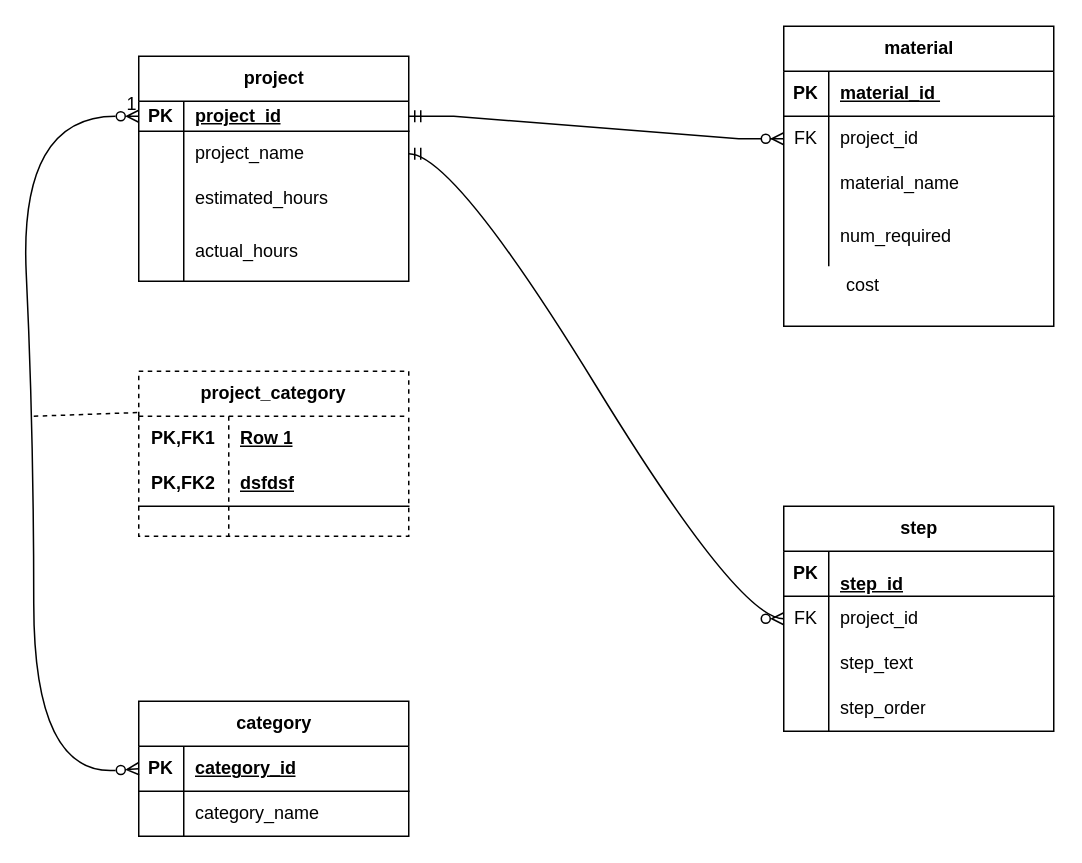
This is mysql-java-homework/Untitled Diagram.drawio from TrevinBarnes/MySQLAssignment, a draw.io file, before an edit. Source tidied: cells renumbered, new cells numbered last; positions are measured from the earlier drawing's top-left corner, leaving out a move shared by most shapes. Both pictures are drawn from the tidied source at 150%, with x=0, y=0 at pixel (18, 26).
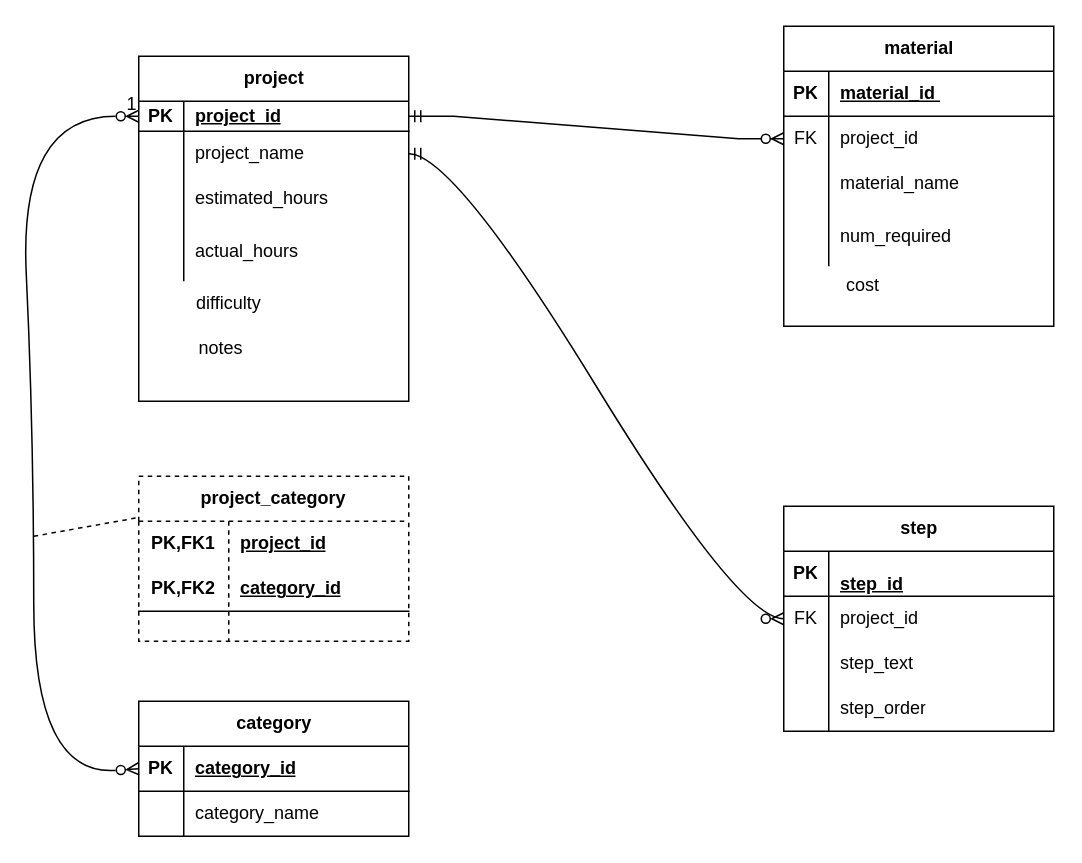
The same diagram, later.

Unchanged cells that the change refers to:
```xml
<mxCell id="51" style="shape=tableRow;horizontal=0;startSize=0;swimlaneHead=0;swimlaneBody=0;fillColor=none;top=0;left=0;right=0;bottom=0;html=1;" parent="50" vertex="1">
  <mxGeometry y="30" width="180" height="30" as="geometry" />
</mxCell>
<mxCell id="54" style="shape=tableRow;horizontal=0;startSize=0;swimlaneHead=0;swimlaneBody=0;fillColor=none;top=0;left=0;right=0;bottom=1;html=1;" parent="50" vertex="1">
  <mxGeometry y="60" width="180" height="30" as="geometry" />
</mxCell>
```

Diff of the diagram source:
```diff
@@
     <mxCell id="2" value="project" style="shape=table;startSize=30;childLayout=tableLayout;rowLines=0;fontStyle=1;align=center;html=1;" parent="1" vertex="1">
-      <mxGeometry x="80" y="20" width="180" height="150" as="geometry" />
+      <mxGeometry x="80" y="20" width="180" height="230" as="geometry" />
     </mxCell>
@@
     <mxCell id="50" value="project_category" style="shape=table;startSize=30;childLayout=tableLayout;rowLines=0;fontStyle=1;align=center;html=1;whiteSpace=wrap;dashed=1;" parent="1" vertex="1">
-      <mxGeometry x="80" y="230" width="180" height="110" as="geometry" />
+      <mxGeometry x="80" y="300" width="180" height="110" as="geometry" />
     </mxCell>
@@
-    <mxCell id="53" value="Row 1" style="shape=partialRectangle;fillColor=none;top=0;left=0;bottom=0;right=0;align=left;spacingLeft=6;fontStyle=5;overflow=hidden;html=1;whiteSpace=wrap;" parent="51" vertex="1">
+    <mxCell id="53" value="project_id" style="shape=partialRectangle;fillColor=none;top=0;left=0;bottom=0;right=0;align=left;spacingLeft=6;fontStyle=5;overflow=hidden;html=1;whiteSpace=wrap;" parent="51" vertex="1">
       <mxGeometry x="60" width="120" height="30" as="geometry" />
     </mxCell>
@@
-    <mxCell id="56" value="dsfdsf" style="shape=partialRectangle;fillColor=none;top=0;left=0;bottom=0;right=0;align=left;spacingLeft=6;fontStyle=5;overflow=hidden;html=1;whiteSpace=wrap;" parent="54" vertex="1">
+    <mxCell id="56" value="category_id" style="shape=partialRectangle;fillColor=none;top=0;left=0;bottom=0;right=0;align=left;spacingLeft=6;fontStyle=5;overflow=hidden;html=1;whiteSpace=wrap;" parent="54" vertex="1">
       <mxGeometry x="60" width="120" height="30" as="geometry" />
     </mxCell>
@@
     <mxCell id="62" style="html=1;rounded=0;dashed=1;endArrow=none;endFill=0;entryX=0;entryY=0.25;entryDx=0;entryDy=0;" parent="1" edge="1" target="50">
       <mxGeometry relative="1" as="geometry">
-        <mxPoint x="10" y="260" as="sourcePoint" />
+        <mxPoint x="10" y="340" as="sourcePoint" />
       </mxGeometry>
     </mxCell>
@@
+    <mxCell id="64" value="&amp;nbsp; difficulty" style="text;html=1;align=left;verticalAlign=middle;strokeColor=none;fillColor=none;labelPosition=center;verticalLabelPosition=middle;" parent="1" vertex="1">
+      <mxGeometry x="110" y="170" width="70" height="30" as="geometry" />
+    </mxCell>
+    <mxCell id="65" value="&amp;nbsp;notes" style="text;html=1;align=left;verticalAlign=middle;strokeColor=none;fillColor=none;" parent="1" vertex="1">
+      <mxGeometry x="115" y="200" width="60" height="30" as="geometry" />
+    </mxCell>
```
